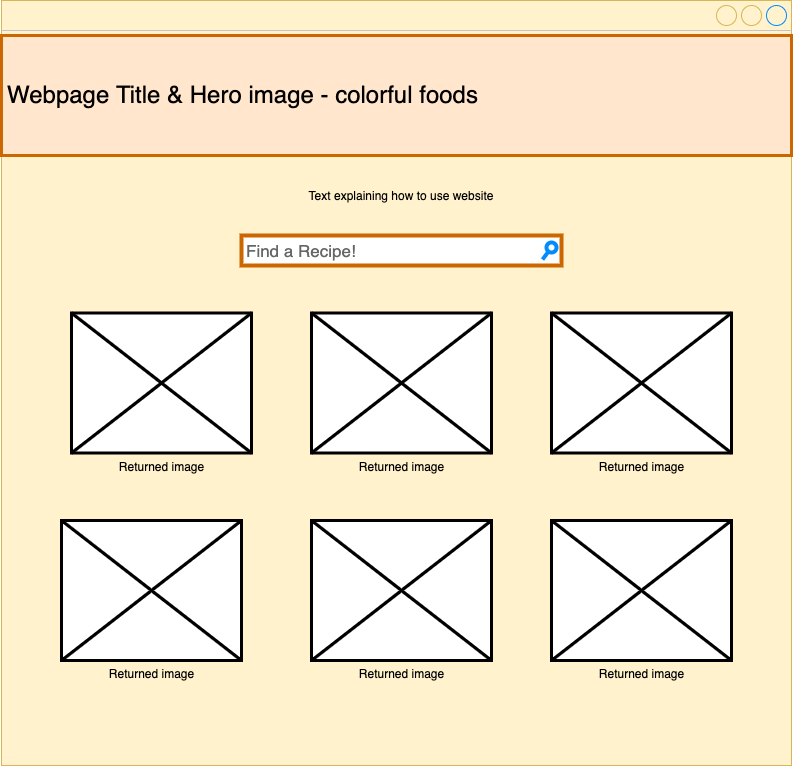
Before: Wireframes/DesktopWireframe.png, a diagram exported from draw.io (scottietex/TopGifs). Source tidied: cells renumbered, new cells last; positions are measured from the earlier drawing's top-left corner, leaving out a move shared by most shapes. Its diagram source:
```xml
<mxGraphModel>
  <root>
    <mxCell id="0" />
    <mxCell id="1" parent="0" />
    <mxCell id="2" style="strokeWidth=1;shadow=0;dashed=0;align=center;html=1;shape=mxgraph.mockup.containers.window;align=left;verticalAlign=top;spacingLeft=8;strokeColor2=#008cff;strokeColor3=#c4c4c4;mainText=;fontSize=17;labelBackgroundColor=none;fillColor=#fff2cc;strokeColor=#d6b656;" parent="1" vertex="1">
      <mxGeometry width="790" height="765" as="geometry" />
    </mxCell>
    <mxCell id="3" value="Find a Recipe!" style="strokeWidth=4;shadow=0;dashed=0;align=center;html=1;shape=mxgraph.mockup.forms.searchBox;mainText=;strokeColor2=#008cff;fontColor=#666666;fontSize=17;align=left;spacingLeft=3;strokeColor=#CC6600;" parent="1" vertex="1">
      <mxGeometry x="240" y="235" width="320" height="30" as="geometry" />
    </mxCell>
    <mxCell id="4" value="&lt;div&gt;&lt;span style=&quot;font-size: 24px&quot;&gt;Webpage Title &amp;amp; Hero image - colorful&amp;nbsp;foods&lt;/span&gt;&lt;/div&gt;" style="strokeWidth=3;shadow=0;dashed=0;align=left;html=1;shape=mxgraph.mockup.text.textBox;align=left;fontSize=17;spacingLeft=4;spacingTop=-3;mainText=;fillColor=#ffe6cc;strokeColor=#CC6600;" parent="1" vertex="1">
      <mxGeometry y="35" width="790" height="120" as="geometry" />
    </mxCell>
    <mxCell id="5" value="Returned image" style="verticalLabelPosition=bottom;shadow=0;dashed=0;align=center;html=1;verticalAlign=top;strokeWidth=3;shape=mxgraph.mockup.graphics.simpleIcon;" parent="1" vertex="1">
      <mxGeometry x="70" y="312.5" width="180" height="140" as="geometry" />
    </mxCell>
    <mxCell id="6" value="Returned image" style="verticalLabelPosition=bottom;shadow=0;dashed=0;align=center;html=1;verticalAlign=top;strokeWidth=3;shape=mxgraph.mockup.graphics.simpleIcon;" parent="1" vertex="1">
      <mxGeometry x="310" y="312.5" width="180" height="140" as="geometry" />
    </mxCell>
    <mxCell id="7" value="Returned image" style="verticalLabelPosition=bottom;shadow=0;dashed=0;align=center;html=1;verticalAlign=top;strokeWidth=3;shape=mxgraph.mockup.graphics.simpleIcon;" parent="1" vertex="1">
      <mxGeometry x="550" y="312.5" width="180" height="140" as="geometry" />
    </mxCell>
    <mxCell id="8" value="Returned image" style="verticalLabelPosition=bottom;shadow=0;dashed=0;align=center;html=1;verticalAlign=top;strokeWidth=3;shape=mxgraph.mockup.graphics.simpleIcon;" parent="1" vertex="1">
      <mxGeometry x="60" y="520" width="180" height="140" as="geometry" />
    </mxCell>
    <mxCell id="9" value="Returned image" style="verticalLabelPosition=bottom;shadow=0;dashed=0;align=center;html=1;verticalAlign=top;strokeWidth=3;shape=mxgraph.mockup.graphics.simpleIcon;" parent="1" vertex="1">
      <mxGeometry x="310" y="520" width="180" height="140" as="geometry" />
    </mxCell>
    <mxCell id="10" value="Returned image" style="verticalLabelPosition=bottom;shadow=0;dashed=0;align=center;html=1;verticalAlign=top;strokeWidth=3;shape=mxgraph.mockup.graphics.simpleIcon;" parent="1" vertex="1">
      <mxGeometry x="550" y="520" width="180" height="140" as="geometry" />
    </mxCell>
    <mxCell id="11" value="Text explaining how to use website" style="text;html=1;strokeColor=none;fillColor=none;align=center;verticalAlign=middle;whiteSpace=wrap;rounded=0;" parent="1" vertex="1">
      <mxGeometry x="70" y="175" width="660" height="40" as="geometry" />
    </mxCell>
  </root>
</mxGraphModel>
```
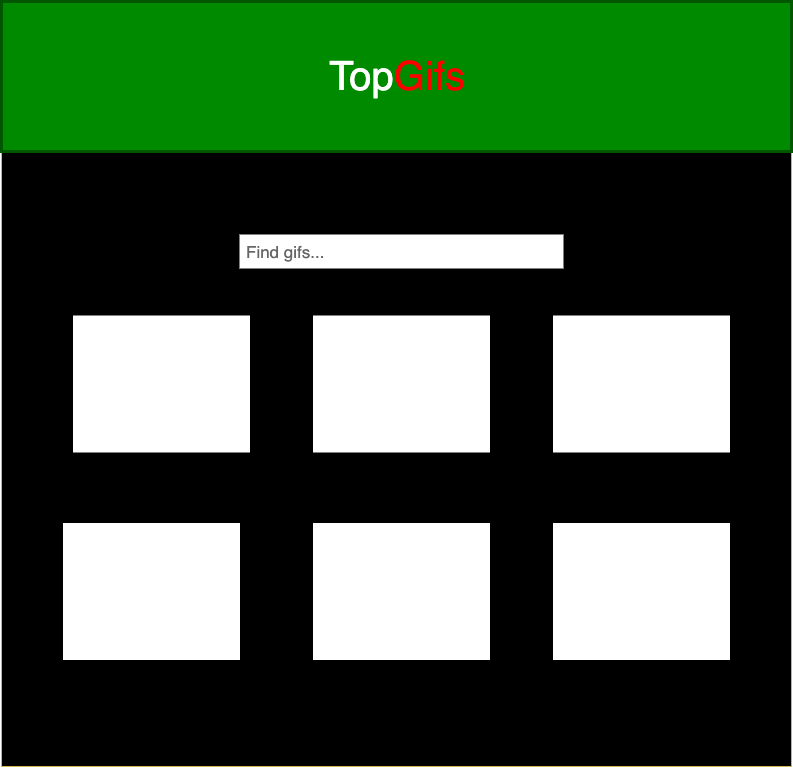
Above is the later version.

Diff of the diagram source:
```diff
@@ -2,14 +2,14 @@
   <root>
     <mxCell id="0" />
     <mxCell id="1" parent="0" />
-    <mxCell id="2" style="strokeWidth=1;shadow=0;dashed=0;align=center;html=1;shape=mxgraph.mockup.containers.window;align=left;verticalAlign=top;spacingLeft=8;strokeColor2=#008cff;strokeColor3=#c4c4c4;mainText=;fontSize=17;labelBackgroundColor=none;fillColor=#fff2cc;strokeColor=#d6b656;" parent="1" vertex="1">
+    <mxCell id="2" style="strokeWidth=1;shadow=0;dashed=0;align=center;html=1;shape=mxgraph.mockup.containers.window;align=left;verticalAlign=top;spacingLeft=8;strokeColor2=#008cff;strokeColor3=#c4c4c4;mainText=;fontSize=17;labelBackgroundColor=none;strokeColor=#d6b656;fillColor=#000000;" parent="1" vertex="1">
       <mxGeometry width="790" height="765" as="geometry" />
     </mxCell>
-    <mxCell id="3" value="Find a Recipe!" style="strokeWidth=4;shadow=0;dashed=0;align=center;html=1;shape=mxgraph.mockup.forms.searchBox;mainText=;strokeColor2=#008cff;fontColor=#666666;fontSize=17;align=left;spacingLeft=3;strokeColor=#CC6600;" parent="1" vertex="1">
+    <mxCell id="3" value="Find gifs..." style="strokeWidth=4;shadow=0;dashed=0;align=center;html=1;shape=mxgraph.mockup.forms.searchBox;mainText=;strokeColor2=#008cff;fontColor=#666666;fontSize=17;align=left;spacingLeft=3;strokeColor=#FFFFFF;" parent="1" vertex="1">
       <mxGeometry x="240" y="235" width="320" height="30" as="geometry" />
     </mxCell>
-    <mxCell id="4" value="&lt;div&gt;&lt;span style=&quot;font-size: 24px&quot;&gt;Webpage Title &amp;amp; Hero image - colorful&amp;nbsp;foods&lt;/span&gt;&lt;/div&gt;" style="strokeWidth=3;shadow=0;dashed=0;align=left;html=1;shape=mxgraph.mockup.text.textBox;align=left;fontSize=17;spacingLeft=4;spacingTop=-3;mainText=;fillColor=#ffe6cc;strokeColor=#CC6600;" parent="1" vertex="1">
-      <mxGeometry y="35" width="790" height="120" as="geometry" />
+    <mxCell id="4" value="&lt;div style=&quot;font-size: 40px&quot;&gt;&lt;span&gt;&lt;font color=&quot;#ffffff&quot; style=&quot;font-size: 40px&quot;&gt;&amp;nbsp; &amp;nbsp; &amp;nbsp; &amp;nbsp; &amp;nbsp; &amp;nbsp; &amp;nbsp; &amp;nbsp; &amp;nbsp; &amp;nbsp; &amp;nbsp; &amp;nbsp; &amp;nbsp; &amp;nbsp; &amp;nbsp;Top&lt;/font&gt;&lt;font color=&quot;#ff0000&quot; style=&quot;font-size: 40px&quot;&gt;Gifs&lt;/font&gt;&lt;/span&gt;&lt;/div&gt;" style="strokeWidth=3;shadow=0;dashed=0;align=center;html=1;shape=mxgraph.mockup.text.textBox;align=left;fontSize=17;spacingLeft=4;spacingTop=-3;mainText=;fillColor=#008a00;strokeColor=#005700;fontColor=#ffffff;" parent="1" vertex="1">
+      <mxGeometry width="790" height="150" as="geometry" />
     </mxCell>
     <mxCell id="5" value="Returned image" style="verticalLabelPosition=bottom;shadow=0;dashed=0;align=center;html=1;verticalAlign=top;strokeWidth=3;shape=mxgraph.mockup.graphics.simpleIcon;" parent="1" vertex="1">
       <mxGeometry x="70" y="312.5" width="180" height="140" as="geometry" />
@@ -29,8 +29,5 @@
     <mxCell id="10" value="Returned image" style="verticalLabelPosition=bottom;shadow=0;dashed=0;align=center;html=1;verticalAlign=top;strokeWidth=3;shape=mxgraph.mockup.graphics.simpleIcon;" parent="1" vertex="1">
       <mxGeometry x="550" y="520" width="180" height="140" as="geometry" />
     </mxCell>
-    <mxCell id="11" value="Text explaining how to use website" style="text;html=1;strokeColor=none;fillColor=none;align=center;verticalAlign=middle;whiteSpace=wrap;rounded=0;" parent="1" vertex="1">
-      <mxGeometry x="70" y="175" width="660" height="40" as="geometry" />
-    </mxCell>
   </root>
 </mxGraphModel>
```
